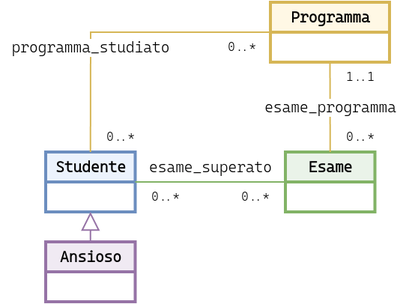
This is exercises/studenti-ansiosi.png from CuriousCI/computer-braining, a draw.io export, as it was before one commit. Source tidied: cells renumbered, new cells last; positions are measured from the earlier drawing's top-left corner, leaving out a move shared by most shapes. Source of this version:
```xml
<mxGraphModel>
  <root>
    <mxCell id="0" />
    <mxCell id="1" parent="0" />
    <mxCell id="2" value="Studente" style="swimlane;fontStyle=1;align=center;verticalAlign=middle;horizontal=1;startSize=20;rounded=0;shadow=0;strokeWidth=2;fontFamily=CaskaydiaCove NFM Light;fontSize=10;swimlaneLine=1;fillColor=#dae8fc;glass=0;html=1;noLabel=0;snapToPoint=0;fixDash=0;fillOpacity=50;strokeColor=#6c8ebf;" parent="1" vertex="1">
      <mxGeometry x="30" y="100" width="59.8" height="40" as="geometry" />
    </mxCell>
    <mxCell id="3" style="endArrow=none;html=1;rounded=0;flowAnimation=0;shadow=0;anchorPointDirection=1;curved=0;fillOpacity=50;fillColor=#d5e8d4;strokeColor=#82b366;fontFamily=CaskaydiaCove NFM Light;entryX=0;entryY=0.5;entryDx=0;entryDy=0;exitX=1;exitY=0.5;exitDx=0;exitDy=0;" parent="1" edge="1" source="2" target="7">
      <mxGeometry relative="1" as="geometry" />
    </mxCell>
    <mxCell id="4" value="0..*" style="text;html=1;align=center;verticalAlign=middle;strokeColor=none;fillColor=none;fontFamily=CaskaydiaCove NFM Light;fontSize=8;spacing=0;fillOpacity=50;" parent="1" vertex="1">
      <mxGeometry x="150" y="120" width="40" height="20" as="geometry" />
    </mxCell>
    <mxCell id="5" value="0..*" style="text;html=1;align=center;verticalAlign=middle;strokeColor=none;fillColor=none;fontFamily=CaskaydiaCove NFM Light;fontSize=8;spacing=0;fillOpacity=50;" parent="1" vertex="1">
      <mxGeometry x="90" y="120" width="40" height="20" as="geometry" />
    </mxCell>
    <mxCell id="6" value="esame_superato" style="text;html=1;align=center;verticalAlign=middle;points=[];strokeColor=none;fillColor=none;fontFamily=CaskaydiaCove NFM Light;fontSize=10;fontStyle=0;labelBackgroundColor=default;spacing=0;fillOpacity=50;strokeWidth=0;" parent="1" vertex="1">
      <mxGeometry x="89.8" y="100" width="100" height="20" as="geometry" />
    </mxCell>
    <mxCell id="7" value="Esame" style="swimlane;fontStyle=1;align=center;verticalAlign=middle;horizontal=1;startSize=20;rounded=0;shadow=0;strokeWidth=2;fontFamily=CaskaydiaCove NFM Light;fontSize=10;swimlaneLine=1;fillColor=#d5e8d4;glass=0;html=1;noLabel=0;snapToPoint=0;fixDash=0;fillOpacity=50;strokeColor=#82b366;" parent="1" vertex="1">
      <mxGeometry x="190" y="100" width="59.8" height="40" as="geometry" />
    </mxCell>
    <mxCell id="8" value="Programma" style="swimlane;fontStyle=1;align=center;verticalAlign=middle;horizontal=1;startSize=20;rounded=0;shadow=0;strokeWidth=2;fontFamily=CaskaydiaCove NFM Light;fontSize=10;swimlaneLine=1;fillColor=#fff2cc;glass=0;html=1;noLabel=0;snapToPoint=0;fixDash=0;fillOpacity=50;strokeColor=#d6b656;" parent="1" vertex="1">
      <mxGeometry x="180" width="79.5" height="40" as="geometry" />
    </mxCell>
    <mxCell id="9" style="endArrow=none;html=1;rounded=0;flowAnimation=0;shadow=0;anchorPointDirection=1;curved=0;fillOpacity=50;fillColor=#fff2cc;strokeColor=#d6b656;fontFamily=CaskaydiaCove NFM Light;entryX=0.5;entryY=0;entryDx=0;entryDy=0;exitX=0.5;exitY=1;exitDx=0;exitDy=0;" parent="1" edge="1" source="8" target="7">
      <mxGeometry relative="1" as="geometry" />
    </mxCell>
    <mxCell id="10" value="1..1" style="text;html=1;align=center;verticalAlign=middle;strokeColor=none;fillColor=none;fontFamily=CaskaydiaCove NFM Light;fontSize=8;spacing=0;fillOpacity=50;" parent="1" vertex="1">
      <mxGeometry x="219.5" y="40" width="40" height="20" as="geometry" />
    </mxCell>
    <mxCell id="11" value="0..*" style="text;html=1;align=center;verticalAlign=middle;strokeColor=none;fillColor=none;fontFamily=CaskaydiaCove NFM Light;fontSize=8;spacing=0;fillOpacity=50;" parent="1" vertex="1">
      <mxGeometry x="219.5" y="80" width="40" height="20" as="geometry" />
    </mxCell>
    <mxCell id="12" value="esame_programma" style="text;html=1;align=center;verticalAlign=middle;strokeColor=none;fillColor=none;fontFamily=CaskaydiaCove NFM Light;fontSize=10;fontStyle=0;labelBackgroundColor=default;spacing=0;fillOpacity=50;strokeWidth=0;" parent="1" vertex="1">
      <mxGeometry x="164.8" y="60" width="110" height="20" as="geometry" />
    </mxCell>
    <mxCell id="13" style="endArrow=none;html=1;rounded=0;flowAnimation=0;shadow=0;anchorPointDirection=1;curved=0;fillOpacity=50;fillColor=#fff2cc;strokeColor=#d6b656;fontFamily=CaskaydiaCove NFM Light;entryX=0.5;entryY=0;entryDx=0;entryDy=0;exitX=0;exitY=0.5;exitDx=0;exitDy=0;" parent="1" edge="1" source="8" target="2">
      <mxGeometry relative="1" as="geometry">
        <Array as="points">
          <mxPoint x="60" y="20" />
        </Array>
      </mxGeometry>
    </mxCell>
    <mxCell id="14" value="0..*" style="text;html=1;align=center;verticalAlign=middle;strokeColor=none;fillColor=none;fontFamily=CaskaydiaCove NFM Light;fontSize=8;spacing=0;fillOpacity=50;" parent="1" vertex="1">
      <mxGeometry x="140.9" y="20" width="40" height="20" as="geometry" />
    </mxCell>
    <mxCell id="15" value="0..*" style="text;html=1;align=center;verticalAlign=middle;strokeColor=none;fillColor=none;fontFamily=CaskaydiaCove NFM Light;fontSize=8;spacing=0;fillOpacity=50;" parent="1" vertex="1">
      <mxGeometry x="60" y="80" width="40" height="20" as="geometry" />
    </mxCell>
    <mxCell id="16" value="programma_studiato" style="text;html=1;align=center;verticalAlign=middle;strokeColor=none;fillColor=none;fontFamily=CaskaydiaCove NFM Light;fontSize=10;fontStyle=0;labelBackgroundColor=default;spacing=0;fillOpacity=50;strokeWidth=0;" parent="1" vertex="1">
      <mxGeometry x="-0.1" y="20" width="120" height="20" as="geometry" />
    </mxCell>
    <mxCell id="17" value="Ansioso" style="swimlane;fontStyle=1;align=center;verticalAlign=middle;horizontal=1;startSize=20;rounded=0;shadow=0;strokeWidth=2;fontFamily=CaskaydiaCove NFM Light;fontSize=10;swimlaneLine=1;fillColor=#e1d5e7;glass=0;html=1;noLabel=0;snapToPoint=0;fixDash=0;fillOpacity=50;strokeColor=#9673a6;" parent="1" vertex="1">
      <mxGeometry x="30" y="160" width="59.8" height="40" as="geometry" />
    </mxCell>
    <mxCell id="18" style="endArrow=block;html=1;rounded=1;curved=0;endFill=0;strokeWidth=1;fontFamily=CaskaydiaCove NFM Light;fontSize=10;startSize=6;endSize=10;fillOpacity=50;fillColor=#e1d5e7;strokeColor=#9673a6;entryX=0.5;entryY=1;entryDx=0;entryDy=0;exitX=0.5;exitY=0;exitDx=0;exitDy=0;" parent="1" edge="1" source="17" target="2">
      <mxGeometry relative="1" as="geometry" />
    </mxCell>
  </root>
</mxGraphModel>
```
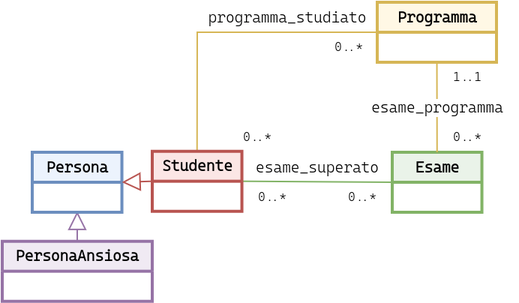
After the change.

Diff of the diagram source:
```diff
@@ -2,60 +2,69 @@
   <root>
     <mxCell id="0" />
     <mxCell id="1" parent="0" />
-    <mxCell id="2" value="Studente" style="swimlane;fontStyle=1;align=center;verticalAlign=middle;horizontal=1;startSize=20;rounded=0;shadow=0;strokeWidth=2;fontFamily=CaskaydiaCove NFM Light;fontSize=10;swimlaneLine=1;fillColor=#dae8fc;glass=0;html=1;noLabel=0;snapToPoint=0;fixDash=0;fillOpacity=50;strokeColor=#6c8ebf;" parent="1" vertex="1">
-      <mxGeometry x="30" y="100" width="59.8" height="40" as="geometry" />
+    <mxCell id="2" style="endArrow=none;html=1;rounded=0;flowAnimation=0;shadow=0;anchorPointDirection=1;curved=0;fillOpacity=50;fillColor=#d5e8d4;strokeColor=#82b366;fontFamily=CaskaydiaCove NFM Light;entryX=0;entryY=0.5;entryDx=0;entryDy=0;exitX=1;exitY=0.5;exitDx=0;exitDy=0;" parent="1" edge="1" source="20" target="6">
+      <mxGeometry relative="1" as="geometry" />
     </mxCell>
-    <mxCell id="3" style="endArrow=none;html=1;rounded=0;flowAnimation=0;shadow=0;anchorPointDirection=1;curved=0;fillOpacity=50;fillColor=#d5e8d4;strokeColor=#82b366;fontFamily=CaskaydiaCove NFM Light;entryX=0;entryY=0.5;entryDx=0;entryDy=0;exitX=1;exitY=0.5;exitDx=0;exitDy=0;" parent="1" edge="1" source="2" target="7">
-      <mxGeometry relative="1" as="geometry" />
+    <mxCell id="3" value="0..*" style="text;html=1;align=center;verticalAlign=middle;strokeColor=none;fillColor=none;fontFamily=CaskaydiaCove NFM Light;fontSize=8;spacing=0;fillOpacity=50;" parent="1" vertex="1">
+      <mxGeometry x="150" y="120" width="40" height="20" as="geometry" />
     </mxCell>
     <mxCell id="4" value="0..*" style="text;html=1;align=center;verticalAlign=middle;strokeColor=none;fillColor=none;fontFamily=CaskaydiaCove NFM Light;fontSize=8;spacing=0;fillOpacity=50;" parent="1" vertex="1">
-      <mxGeometry x="150" y="120" width="40" height="20" as="geometry" />
+      <mxGeometry x="90" y="120" width="40" height="20" as="geometry" />
     </mxCell>
-    <mxCell id="5" value="0..*" style="text;html=1;align=center;verticalAlign=middle;strokeColor=none;fillColor=none;fontFamily=CaskaydiaCove NFM Light;fontSize=8;spacing=0;fillOpacity=50;" parent="1" vertex="1">
-      <mxGeometry x="90" y="120" width="40" height="20" as="geometry" />
+    <mxCell id="5" value="esame_superato" style="text;html=1;align=center;verticalAlign=middle;strokeColor=none;fillColor=none;fontFamily=CaskaydiaCove NFM Light;fontSize=10;fontStyle=0;labelBackgroundColor=default;spacing=0;fillOpacity=50;strokeWidth=0;" parent="1" vertex="1">
+      <mxGeometry x="89.8" y="100" width="100" height="20" as="geometry" />
     </mxCell>
-    <mxCell id="6" value="esame_superato" style="text;html=1;align=center;verticalAlign=middle;points=[];strokeColor=none;fillColor=none;fontFamily=CaskaydiaCove NFM Light;fontSize=10;fontStyle=0;labelBackgroundColor=default;spacing=0;fillOpacity=50;strokeWidth=0;" parent="1" vertex="1">
-      <mxGeometry x="89.8" y="100" width="100" height="20" as="geometry" />
+    <mxCell id="6" value="Esame" style="swimlane;fontStyle=1;align=center;verticalAlign=middle;horizontal=1;startSize=20;rounded=0;shadow=0;strokeWidth=2;fontFamily=CaskaydiaCove NFM Light;fontSize=10;swimlaneLine=1;fillColor=#d5e8d4;glass=0;html=1;noLabel=0;snapToPoint=0;fixDash=0;fillOpacity=50;strokeColor=#82b366;" parent="1" vertex="1">
+      <mxGeometry x="190" y="100" width="59.8" height="40" as="geometry" />
     </mxCell>
-    <mxCell id="7" value="Esame" style="swimlane;fontStyle=1;align=center;verticalAlign=middle;horizontal=1;startSize=20;rounded=0;shadow=0;strokeWidth=2;fontFamily=CaskaydiaCove NFM Light;fontSize=10;swimlaneLine=1;fillColor=#d5e8d4;glass=0;html=1;noLabel=0;snapToPoint=0;fixDash=0;fillOpacity=50;strokeColor=#82b366;" parent="1" vertex="1">
-      <mxGeometry x="190" y="100" width="59.8" height="40" as="geometry" />
+    <mxCell id="7" value="Programma" style="swimlane;fontStyle=1;align=center;verticalAlign=middle;horizontal=1;startSize=20;rounded=0;shadow=0;strokeWidth=2;fontFamily=CaskaydiaCove NFM Light;fontSize=10;swimlaneLine=1;fillColor=#fff2cc;glass=0;html=1;noLabel=0;snapToPoint=0;fixDash=0;fillOpacity=50;strokeColor=#d6b656;" parent="1" vertex="1">
+      <mxGeometry x="180" width="79.5" height="40" as="geometry" />
     </mxCell>
-    <mxCell id="8" value="Programma" style="swimlane;fontStyle=1;align=center;verticalAlign=middle;horizontal=1;startSize=20;rounded=0;shadow=0;strokeWidth=2;fontFamily=CaskaydiaCove NFM Light;fontSize=10;swimlaneLine=1;fillColor=#fff2cc;glass=0;html=1;noLabel=0;snapToPoint=0;fixDash=0;fillOpacity=50;strokeColor=#d6b656;" parent="1" vertex="1">
-      <mxGeometry x="180" width="79.5" height="40" as="geometry" />
+    <mxCell id="8" style="endArrow=none;html=1;rounded=0;flowAnimation=0;shadow=0;anchorPointDirection=1;curved=0;fillOpacity=50;fillColor=#fff2cc;strokeColor=#d6b656;fontFamily=CaskaydiaCove NFM Light;entryX=0.5;entryY=0;entryDx=0;entryDy=0;exitX=0.5;exitY=1;exitDx=0;exitDy=0;" parent="1" edge="1" source="7" target="6">
+      <mxGeometry relative="1" as="geometry" />
     </mxCell>
-    <mxCell id="9" style="endArrow=none;html=1;rounded=0;flowAnimation=0;shadow=0;anchorPointDirection=1;curved=0;fillOpacity=50;fillColor=#fff2cc;strokeColor=#d6b656;fontFamily=CaskaydiaCove NFM Light;entryX=0.5;entryY=0;entryDx=0;entryDy=0;exitX=0.5;exitY=1;exitDx=0;exitDy=0;" parent="1" edge="1" source="8" target="7">
-      <mxGeometry relative="1" as="geometry" />
+    <mxCell id="9" value="1..1" style="text;html=1;align=center;verticalAlign=middle;strokeColor=none;fillColor=none;fontFamily=CaskaydiaCove NFM Light;fontSize=8;spacing=0;fillOpacity=50;" parent="1" vertex="1">
+      <mxGeometry x="219.5" y="40" width="40" height="20" as="geometry" />
     </mxCell>
-    <mxCell id="10" value="1..1" style="text;html=1;align=center;verticalAlign=middle;strokeColor=none;fillColor=none;fontFamily=CaskaydiaCove NFM Light;fontSize=8;spacing=0;fillOpacity=50;" parent="1" vertex="1">
-      <mxGeometry x="219.5" y="40" width="40" height="20" as="geometry" />
+    <mxCell id="10" value="0..*" style="text;html=1;align=center;verticalAlign=middle;strokeColor=none;fillColor=none;fontFamily=CaskaydiaCove NFM Light;fontSize=8;spacing=0;fillOpacity=50;" parent="1" vertex="1">
+      <mxGeometry x="219.5" y="80" width="40" height="20" as="geometry" />
     </mxCell>
-    <mxCell id="11" value="0..*" style="text;html=1;align=center;verticalAlign=middle;strokeColor=none;fillColor=none;fontFamily=CaskaydiaCove NFM Light;fontSize=8;spacing=0;fillOpacity=50;" parent="1" vertex="1">
-      <mxGeometry x="219.5" y="80" width="40" height="20" as="geometry" />
+    <mxCell id="11" value="esame_programma" style="text;html=1;align=center;verticalAlign=middle;strokeColor=none;fillColor=none;fontFamily=CaskaydiaCove NFM Light;fontSize=10;fontStyle=0;labelBackgroundColor=default;spacing=0;fillOpacity=50;strokeWidth=0;" parent="1" vertex="1">
+      <mxGeometry x="164.8" y="60" width="110" height="20" as="geometry" />
     </mxCell>
-    <mxCell id="12" value="esame_programma" style="text;html=1;align=center;verticalAlign=middle;strokeColor=none;fillColor=none;fontFamily=CaskaydiaCove NFM Light;fontSize=10;fontStyle=0;labelBackgroundColor=default;spacing=0;fillOpacity=50;strokeWidth=0;" parent="1" vertex="1">
-      <mxGeometry x="164.8" y="60" width="110" height="20" as="geometry" />
+    <mxCell id="12" style="endArrow=none;html=1;rounded=0;flowAnimation=0;shadow=0;anchorPointDirection=1;curved=0;fillOpacity=50;fillColor=#fff2cc;strokeColor=#d6b656;fontFamily=CaskaydiaCove NFM Light;exitX=0;exitY=0.5;exitDx=0;exitDy=0;entryX=0.5;entryY=0;entryDx=0;entryDy=0;" parent="1" edge="1" source="7" target="20">
+      <mxGeometry relative="1" as="geometry">
+        <Array as="points">
+          <mxPoint x="60" y="20" />
+        </Array>
+      </mxGeometry>
     </mxCell>
-    <mxCell id="13" style="endArrow=none;html=1;rounded=0;flowAnimation=0;shadow=0;anchorPointDirection=1;curved=0;fillOpacity=50;fillColor=#fff2cc;strokeColor=#d6b656;fontFamily=CaskaydiaCove NFM Light;entryX=0.5;entryY=0;entryDx=0;entryDy=0;exitX=0;exitY=0.5;exitDx=0;exitDy=0;" parent="1" edge="1" source="8" target="2">
-      <mxGeometry relative="1" as="geometry">
-        <Array as="points">
-          <mxPoint x="60" y="20" />
-        </Array>
-      </mxGeometry>
+    <mxCell id="13" value="0..*" style="text;html=1;align=center;verticalAlign=middle;strokeColor=none;fillColor=none;fontFamily=CaskaydiaCove NFM Light;fontSize=8;spacing=0;fillOpacity=50;" parent="1" vertex="1">
+      <mxGeometry x="140.9" y="20" width="40" height="20" as="geometry" />
     </mxCell>
     <mxCell id="14" value="0..*" style="text;html=1;align=center;verticalAlign=middle;strokeColor=none;fillColor=none;fontFamily=CaskaydiaCove NFM Light;fontSize=8;spacing=0;fillOpacity=50;" parent="1" vertex="1">
-      <mxGeometry x="140.9" y="20" width="40" height="20" as="geometry" />
+      <mxGeometry x="80" y="80" width="40" height="20" as="geometry" />
     </mxCell>
-    <mxCell id="15" value="0..*" style="text;html=1;align=center;verticalAlign=middle;strokeColor=none;fillColor=none;fontFamily=CaskaydiaCove NFM Light;fontSize=8;spacing=0;fillOpacity=50;" parent="1" vertex="1">
-      <mxGeometry x="60" y="80" width="40" height="20" as="geometry" />
+    <mxCell id="15" value="programma_studiato" style="text;html=1;align=center;verticalAlign=middle;strokeColor=none;fillColor=none;fontFamily=CaskaydiaCove NFM Light;fontSize=10;fontStyle=0;labelBackgroundColor=default;spacing=0;fillOpacity=50;strokeWidth=0;" parent="1" vertex="1">
+      <mxGeometry x="60" width="120" height="20" as="geometry" />
     </mxCell>
-    <mxCell id="16" value="programma_studiato" style="text;html=1;align=center;verticalAlign=middle;strokeColor=none;fillColor=none;fontFamily=CaskaydiaCove NFM Light;fontSize=10;fontStyle=0;labelBackgroundColor=default;spacing=0;fillOpacity=50;strokeWidth=0;" parent="1" vertex="1">
-      <mxGeometry x="-0.1" y="20" width="120" height="20" as="geometry" />
+    <mxCell id="16" value="PersonaAnsiosa" style="swimlane;fontStyle=1;align=center;verticalAlign=middle;horizontal=1;startSize=20;rounded=0;shadow=0;strokeWidth=2;fontFamily=CaskaydiaCove NFM Light;fontSize=10;swimlaneLine=1;fillColor=#e1d5e7;glass=0;html=1;noLabel=0;fixDash=0;fillOpacity=50;strokeColor=#9673a6;" parent="1" vertex="1">
+      <mxGeometry x="-70" y="159.3" width="100" height="40" as="geometry" />
     </mxCell>
-    <mxCell id="17" value="Ansioso" style="swimlane;fontStyle=1;align=center;verticalAlign=middle;horizontal=1;startSize=20;rounded=0;shadow=0;strokeWidth=2;fontFamily=CaskaydiaCove NFM Light;fontSize=10;swimlaneLine=1;fillColor=#e1d5e7;glass=0;html=1;noLabel=0;snapToPoint=0;fixDash=0;fillOpacity=50;strokeColor=#9673a6;" parent="1" vertex="1">
-      <mxGeometry x="30" y="160" width="59.8" height="40" as="geometry" />
+    <mxCell id="17" style="endArrow=block;html=1;rounded=1;curved=0;endFill=0;strokeWidth=1;fontFamily=CaskaydiaCove NFM Light;fontSize=10;startSize=6;endSize=10;fillOpacity=50;fillColor=#e1d5e7;strokeColor=#9673a6;entryX=0.5;entryY=1;entryDx=0;entryDy=0;exitX=0.5;exitY=0;exitDx=0;exitDy=0;" parent="1" edge="1">
+      <mxGeometry relative="1" as="geometry">
+        <mxPoint x="-20" y="159.3" as="sourcePoint" />
+        <mxPoint x="-20" y="139.3" as="targetPoint" />
+      </mxGeometry>
     </mxCell>
-    <mxCell id="18" style="endArrow=block;html=1;rounded=1;curved=0;endFill=0;strokeWidth=1;fontFamily=CaskaydiaCove NFM Light;fontSize=10;startSize=6;endSize=10;fillOpacity=50;fillColor=#e1d5e7;strokeColor=#9673a6;entryX=0.5;entryY=1;entryDx=0;entryDy=0;exitX=0.5;exitY=0;exitDx=0;exitDy=0;" parent="1" edge="1" source="17" target="2">
-      <mxGeometry relative="1" as="geometry" />
+    <mxCell id="18" value="Persona" style="swimlane;fontStyle=1;align=center;verticalAlign=middle;horizontal=1;startSize=20;rounded=0;shadow=0;strokeWidth=2;fontFamily=CaskaydiaCove NFM Light;fontSize=10;swimlaneLine=1;fillColor=#dae8fc;glass=0;html=1;noLabel=0;snapToPoint=0;fixDash=0;fillOpacity=50;strokeColor=#6c8ebf;" parent="1" vertex="1">
+      <mxGeometry x="-50" y="100" width="59.8" height="40" as="geometry" />
     </mxCell>
+    <mxCell id="19" style="endArrow=block;html=1;rounded=1;curved=0;endFill=0;strokeWidth=1;fontFamily=CaskaydiaCove NFM Light;fontSize=10;startSize=6;endSize=10;fillOpacity=50;fillColor=#f8cecc;strokeColor=#b85450;entryX=1;entryY=0.5;entryDx=0;entryDy=0;exitX=0;exitY=0.5;exitDx=0;exitDy=0;" parent="1" edge="1" source="20" target="18">
+      <mxGeometry relative="1" as="geometry" />
+    </mxCell>
+    <mxCell id="20" value="Studente" style="swimlane;fontStyle=1;align=center;verticalAlign=middle;horizontal=1;startSize=20;rounded=0;shadow=0;strokeWidth=2;fontFamily=CaskaydiaCove NFM Light;fontSize=10;swimlaneLine=1;fillColor=#f8cecc;glass=0;html=1;noLabel=0;snapToPoint=0;fixDash=0;fillOpacity=50;strokeColor=#b85450;" parent="1" vertex="1">
+      <mxGeometry x="30" y="99.3" width="59.8" height="40" as="geometry" />
+    </mxCell>
   </root>
 </mxGraphModel>
```
